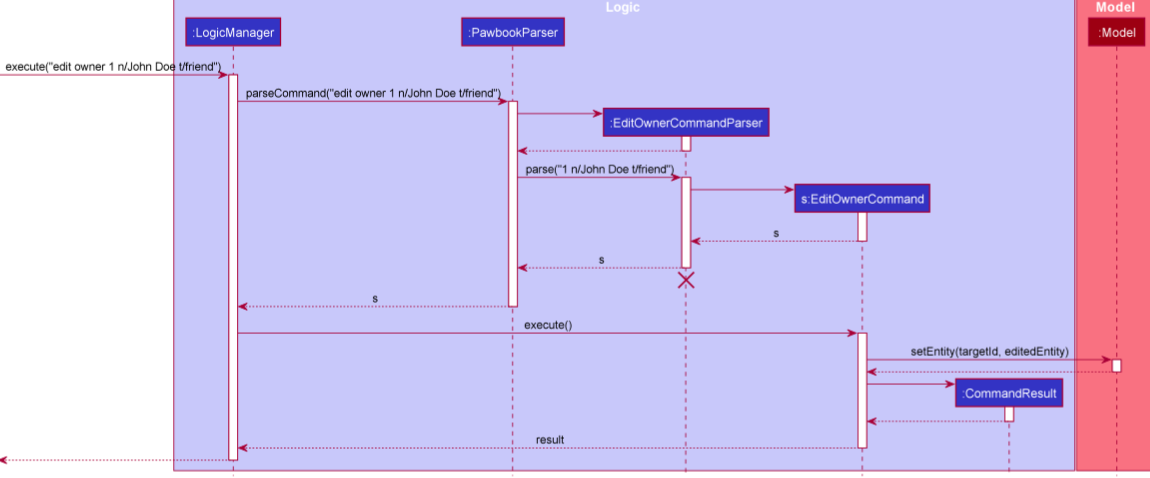
This is docs/images/EditSequenceDiagram.png from nus-cs2103-AY2021S2/tp, a PlantUML export, as it was before one commit. Its source is kept beside it as docs/diagrams/EditSequenceDiagram.puml.
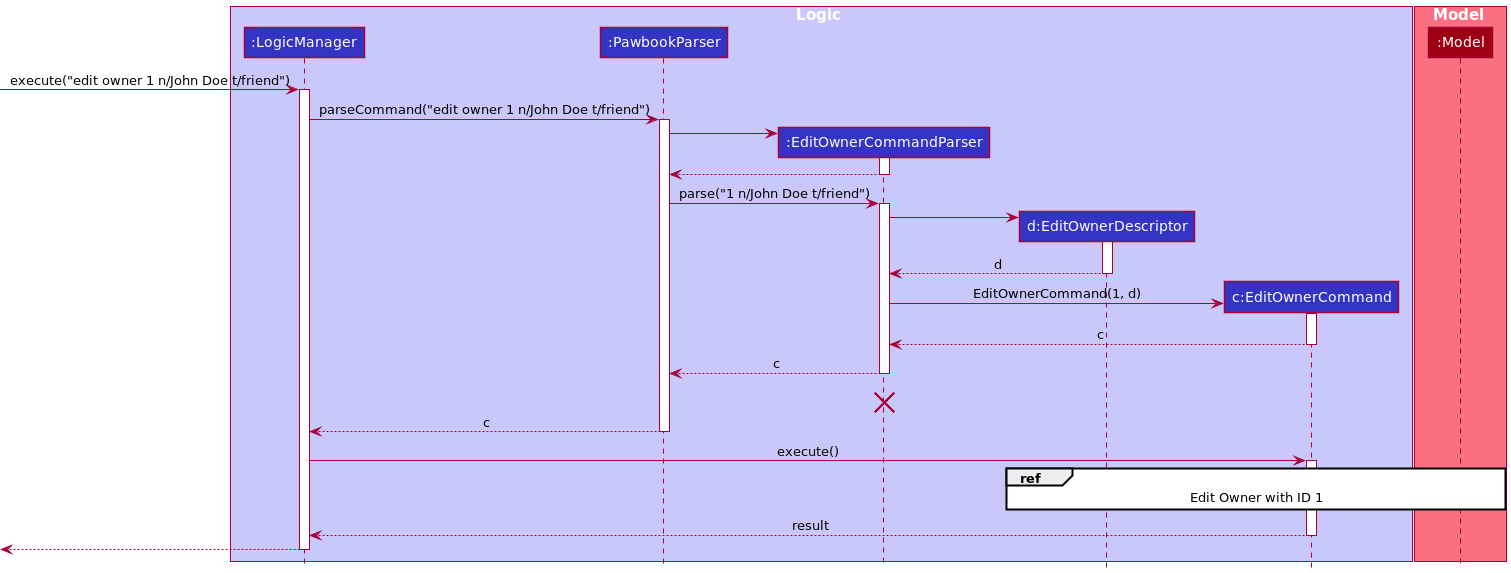
Above is the later version.

Commit message:
DG: Fix Edit sequence diagrams

Change to the diagram source:
```diff
@@ -1,66 +1,47 @@
 @startuml
 !include style.puml
+autoactivate on
 box Logic LOGIC_COLOR_T1
 participant ":LogicManager" as LogicManager LOGIC_COLOR
 participant ":PawbookParser" as PawbookParser LOGIC_COLOR
 participant ":EditOwnerCommandParser" as EditOwnerCommandParser LOGIC_COLOR
-participant "s:EditOwnerCommand" as EditOwnerCommand LOGIC_COLOR
-participant ":CommandResult" as CommandResult LOGIC_COLOR
+participant "d:EditOwnerDescriptor" as EditOwnerDescriptor LOGIC_COLOR
+participant "c:EditOwnerCommand" as EditOwnerCommand LOGIC_COLOR
 end box
 
 box Model MODEL_COLOR_T1
 participant ":Model" as Model MODEL_COLOR
 end box
+
 [-> LogicManager : execute("edit owner 1 n/John Doe t/friend")
-activate LogicManager
 
 LogicManager -> PawbookParser : parseCommand("edit owner 1 n/John Doe t/friend")
-activate PawbookParser
 
 create EditOwnerCommandParser
 PawbookParser -> EditOwnerCommandParser
-activate EditOwnerCommandParser
-
-EditOwnerCommandParser --> PawbookParser
-deactivate EditOwnerCommandParser
+return
 
 PawbookParser -> EditOwnerCommandParser : parse("1 n/John Doe t/friend")
-activate EditOwnerCommandParser
+
+create EditOwnerDescriptor
+EditOwnerCommandParser -> EditOwnerDescriptor
+return d
 
 create EditOwnerCommand
-EditOwnerCommandParser -> EditOwnerCommand
-activate EditOwnerCommand
+EditOwnerCommandParser -> EditOwnerCommand : EditOwnerCommand(1, d)
+return c
 
-EditOwnerCommand --> EditOwnerCommandParser : s
-deactivate EditOwnerCommand
-
-EditOwnerCommandParser --> PawbookParser : s
-deactivate EditOwnerCommandParser
-EditOwnerCommandParser -[hidden]-> PawbookParser
+return c
+PawbookParser -[hidden]-> EditOwnerCommandParser !! : delete
 destroy EditOwnerCommandParser
 
-PawbookParser --> LogicManager : s
-deactivate PawbookParser
+return c
 
 LogicManager -> EditOwnerCommand : execute()
-activate EditOwnerCommand
 
-EditOwnerCommand -> Model : setEntity(targetId, editedEntity)
-activate Model
+ref over EditOwnerCommand, Model, EditOwnerDescriptor : Edit Owner with ID 1
 
-Model --> EditOwnerCommand
-deactivate Model
+return result
 
-create CommandResult
-EditOwnerCommand -> CommandResult
-activate CommandResult
-
-CommandResult --> EditOwnerCommand
-deactivate CommandResult
-
-EditOwnerCommand --> LogicManager : result
-deactivate EditOwnerCommand
-
-[<--LogicManager
-deactivate LogicManager
+return
 @enduml
```
